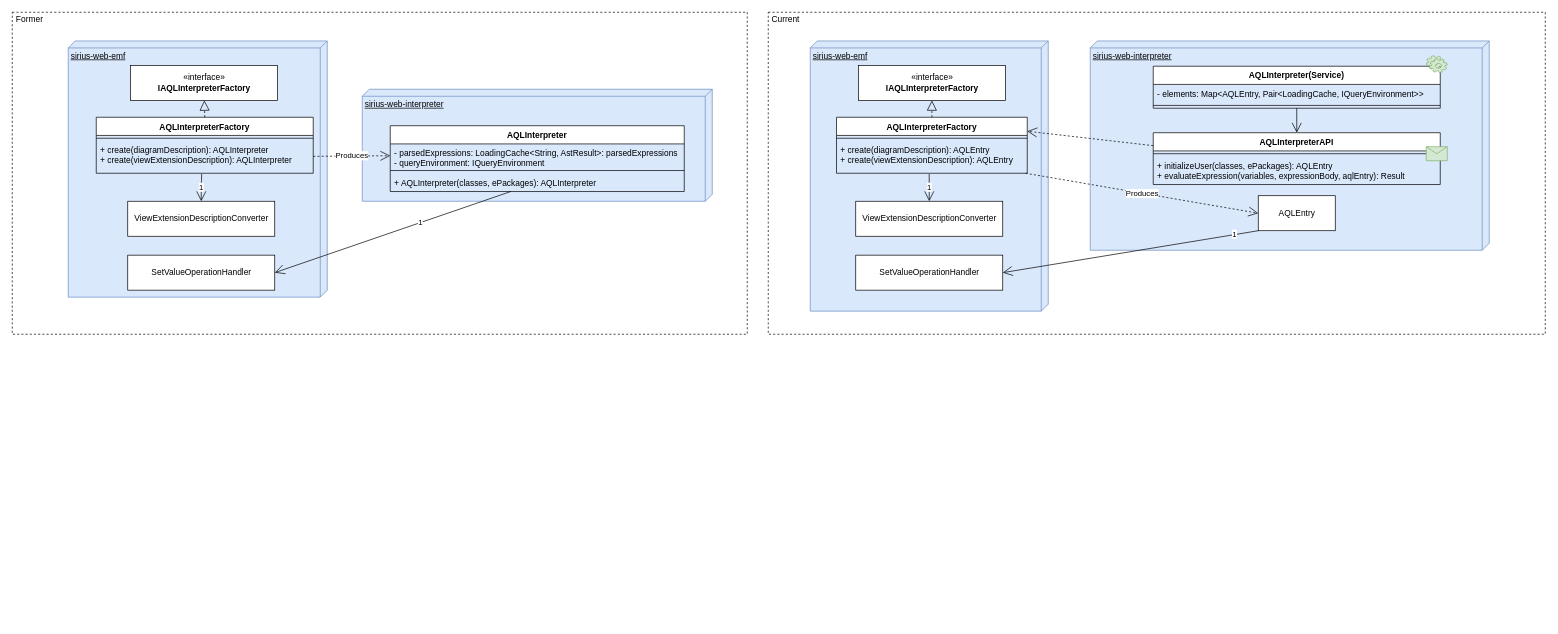
Before: page "AQL_interpreter_dependancies" (2 of 2) of sirius_organisation.drawio in rbelafia/sirius-components, a draw.io diagram. Source tidied: cells renumbered, new cells numbered last; positions are measured from the earlier drawing's top-left corner, leaving out a move shared by most shapes. Both pictures are drawn from the tidied source at 70%, with x=0, y=0 at pixel (12, 12).
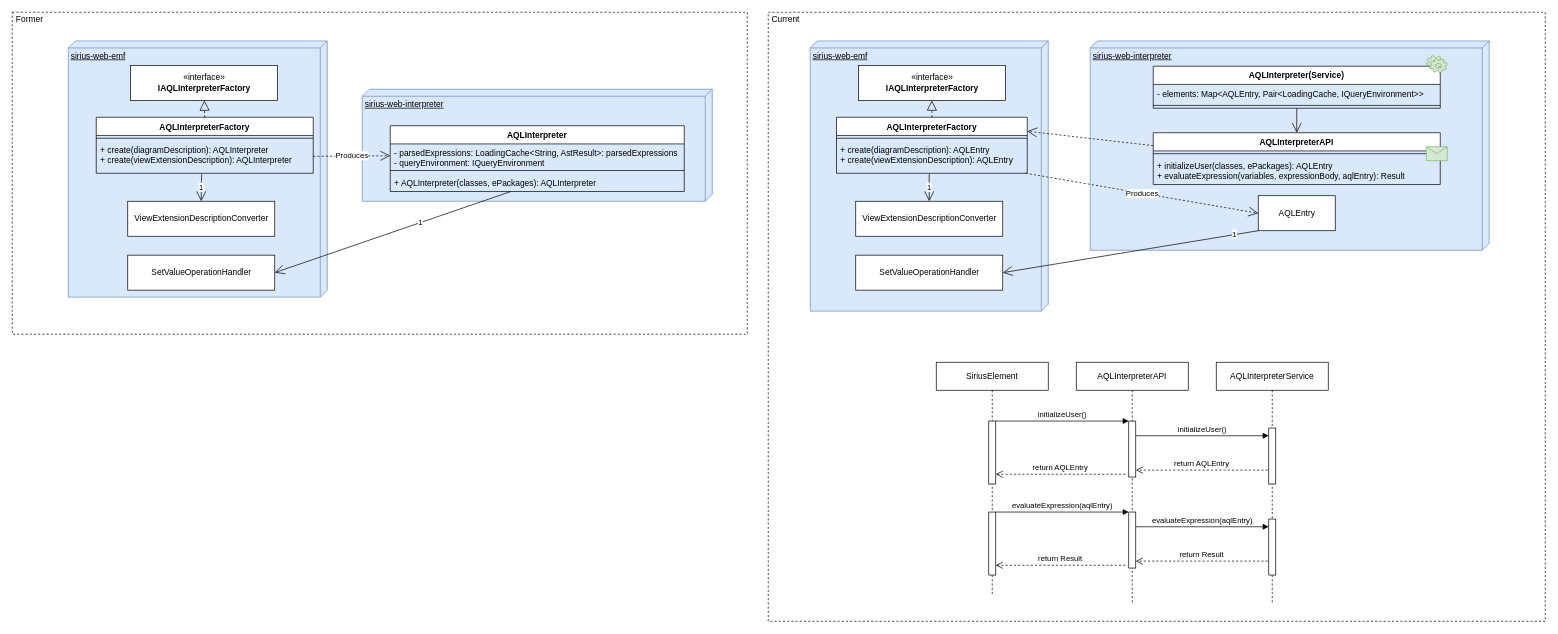
The same page after the edit.

Commit message:
Added sequence diagram

What changed in the source:
```diff
@@
+    <mxCell id="45" style="rounded=0;whiteSpace=wrap;html=1;fillColor=none;dashed=1;" parent="1" vertex="1">
+      <mxGeometry x="1080" width="1110" height="870" as="geometry" />
+    </mxCell>
+    <mxCell id="47" value="AQLInterpreterService" style="shape=umlLifeline;perimeter=lifelinePerimeter;whiteSpace=wrap;html=1;" parent="1" vertex="1">
+      <mxGeometry x="1720" y="500" width="160" height="344" as="geometry" />
+    </mxCell>
+    <mxCell id="48" style="html=1;points=[];perimeter=orthogonalPerimeter;" parent="47" vertex="1">
+      <mxGeometry x="75" y="94" width="10" height="80" as="geometry" />
+    </mxCell>
+    <mxCell id="49" value="AQLInterpreterAPI" style="shape=umlLifeline;perimeter=lifelinePerimeter;whiteSpace=wrap;html=1;" parent="1" vertex="1">
+      <mxGeometry x="1520" y="500" width="160" height="344" as="geometry" />
+    </mxCell>
+    <mxCell id="50" style="html=1;points=[];perimeter=orthogonalPerimeter;" parent="49" vertex="1">
+      <mxGeometry x="75" y="84" width="10" height="80" as="geometry" />
+    </mxCell>
+    <mxCell id="51" value="SiriusElement" style="shape=umlLifeline;perimeter=lifelinePerimeter;whiteSpace=wrap;html=1;" parent="1" vertex="1">
+      <mxGeometry x="1320" y="500" width="160" height="334" as="geometry" />
+    </mxCell>
@@
-    <mxCell id="45" style="rounded=0;whiteSpace=wrap;html=1;fillColor=none;dashed=1;" parent="1" vertex="1">
-      <mxGeometry x="1080" width="1110" height="460" as="geometry" />
-    </mxCell>
@@
+    <mxCell id="52" style="html=1;points=[];perimeter=orthogonalPerimeter;" parent="1" vertex="1">
+      <mxGeometry x="1395" y="584" width="10" height="90" as="geometry" />
+    </mxCell>
+    <mxCell id="53" value="initializeUser()" style="html=1;verticalAlign=bottom;endArrow=block;entryX=0;entryY=0;" parent="1" edge="1" source="52">
+      <mxGeometry relative="1" as="geometry">
+        <mxPoint x="1595" y="584" as="targetPoint" />
+      </mxGeometry>
+    </mxCell>
+    <mxCell id="54" value="return AQLEntry" style="html=1;verticalAlign=bottom;endArrow=open;dashed=1;endSize=8;" parent="1" edge="1">
+      <mxGeometry relative="1" as="geometry">
+        <mxPoint x="1590" y="660" as="sourcePoint" />
+        <mxPoint x="1405" y="660" as="targetPoint" />
+      </mxGeometry>
+    </mxCell>
+    <mxCell id="55" value="initializeUser()" style="html=1;verticalAlign=bottom;endArrow=block;" parent="1" edge="1" source="50">
+      <mxGeometry relative="1" as="geometry">
+        <mxPoint x="1795" y="605" as="targetPoint" />
+      </mxGeometry>
+    </mxCell>
+    <mxCell id="56" value="return AQLEntry" style="html=1;verticalAlign=bottom;endArrow=open;dashed=1;endSize=8;exitX=-0.152;exitY=0.751;exitDx=0;exitDy=0;exitPerimeter=0;" parent="1" edge="1" source="48" target="50">
+      <mxGeometry relative="1" as="geometry" />
+    </mxCell>
+    <mxCell id="57" style="html=1;points=[];perimeter=orthogonalPerimeter;" parent="1" vertex="1">
+      <mxGeometry x="1795" y="724" width="10" height="80" as="geometry" />
+    </mxCell>
+    <mxCell id="58" style="html=1;points=[];perimeter=orthogonalPerimeter;" parent="1" vertex="1">
+      <mxGeometry x="1595" y="714" width="10" height="80" as="geometry" />
+    </mxCell>
+    <mxCell id="59" style="html=1;points=[];perimeter=orthogonalPerimeter;" parent="1" vertex="1">
+      <mxGeometry x="1395" y="714" width="10" height="90" as="geometry" />
+    </mxCell>
+    <mxCell id="60" value="evaluateExpression(aqlEntry)" style="html=1;verticalAlign=bottom;endArrow=block;entryX=0;entryY=0;" parent="1" edge="1" source="59">
+      <mxGeometry relative="1" as="geometry">
+        <mxPoint x="1595" y="714" as="targetPoint" />
+      </mxGeometry>
+    </mxCell>
+    <mxCell id="61" value="return Result" style="html=1;verticalAlign=bottom;endArrow=open;dashed=1;endSize=8;" parent="1" edge="1">
+      <mxGeometry relative="1" as="geometry">
+        <mxPoint x="1590" y="790" as="sourcePoint" />
+        <mxPoint x="1405" y="790" as="targetPoint" />
+      </mxGeometry>
+    </mxCell>
+    <mxCell id="62" value="evaluateExpression(aqlEntry)" style="html=1;verticalAlign=bottom;endArrow=block;" parent="1" edge="1" source="58">
+      <mxGeometry relative="1" as="geometry">
+        <mxPoint x="1795" y="735" as="targetPoint" />
+      </mxGeometry>
+    </mxCell>
+    <mxCell id="63" value="return Result" style="html=1;verticalAlign=bottom;endArrow=open;dashed=1;endSize=8;exitX=-0.152;exitY=0.751;exitDx=0;exitDy=0;exitPerimeter=0;" parent="1" edge="1" source="57" target="58">
+      <mxGeometry relative="1" as="geometry" />
+    </mxCell>
```
